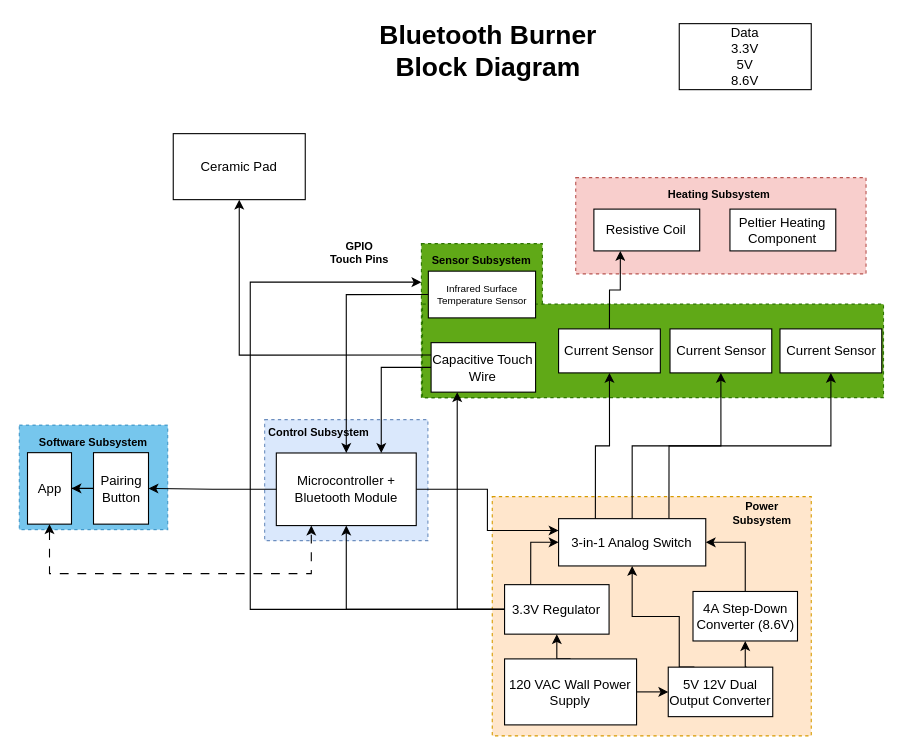
Earlier version of the draw.io diagram Proposal Diagram.drawio (fadnis-shaunak28/ECE-445-Notebooks). Source tidied: cells renumbered, new cells numbered last; positions are measured from the earlier drawing's top-left corner, leaving out a move shared by most shapes. Both pictures are drawn from the tidied source at 110%, with x=0, y=0 at pixel (19, 23).
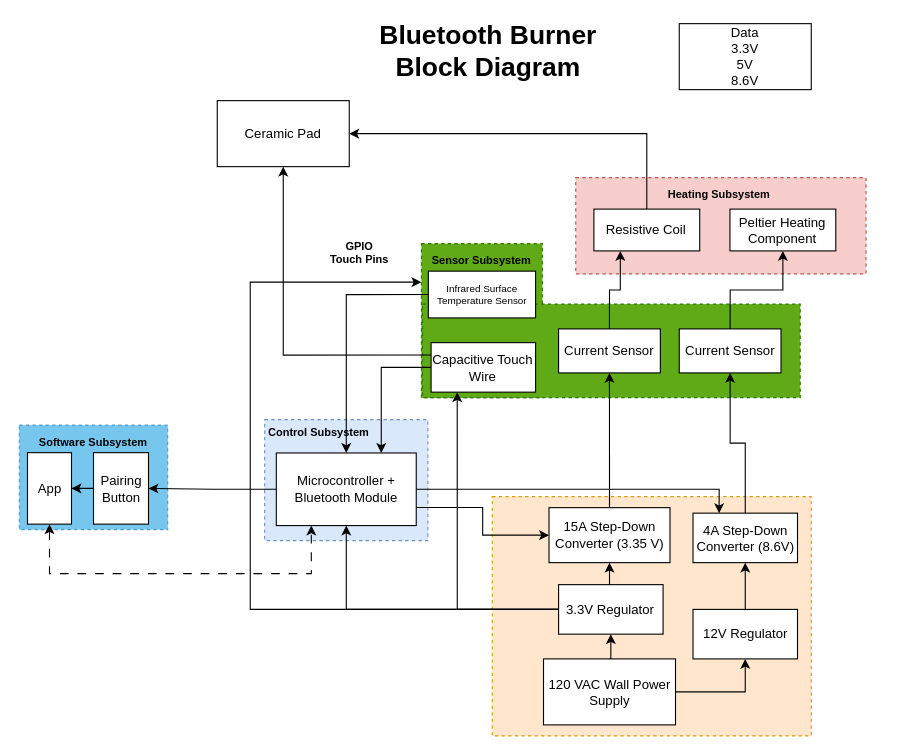
The same diagram, later.

The change refers to these unchanged cells:
```xml
<mxCell id="8" value="Microcontroller + Bluetooth Module" style="rounded=0;whiteSpace=wrap;html=1;" parent="6" vertex="1">
  <mxGeometry x="10.6" y="30.3" width="127.2" height="66" as="geometry" />
</mxCell>
<mxCell id="43" value="Current Sensor" style="rounded=0;whiteSpace=wrap;html=1;" parent="1" vertex="1">
  <mxGeometry x="490.3" y="277.5" width="92.5" height="40" as="geometry" />
</mxCell>
<mxCell id="51" value="Peltier Heating Component" style="rounded=0;whiteSpace=wrap;html=1;" parent="1" vertex="1">
  <mxGeometry x="646.1" y="168.6" width="96.2" height="38" as="geometry" />
</mxCell>
<mxCell id="53" value="Resistive Coil" style="rounded=0;whiteSpace=wrap;html=1;" parent="1" vertex="1">
  <mxGeometry x="522.4" y="168.6" width="96.2" height="38" as="geometry" />
</mxCell>
```

Change to the diagram source:
```diff
@@
     <mxCell id="4" style="rounded=0;whiteSpace=wrap;html=1;fillColor=#60a917;strokeColor=#2D7600;fontColor=#ffffff;dashed=1;" parent="1" vertex="1">
-      <mxGeometry x="366.6" y="255" width="419.1" height="85" as="geometry" />
+      <mxGeometry x="366.6" y="255" width="343.4" height="85" as="geometry" />
     </mxCell>
@@
     <mxCell id="11" value="Ceramic Pad" style="rounded=0;whiteSpace=wrap;html=1;" parent="1" vertex="1">
-      <mxGeometry x="140" y="100" width="120" height="60" as="geometry" />
+      <mxGeometry x="180" y="70" width="120" height="60" as="geometry" />
     </mxCell>
@@
-    <mxCell id="14" style="edgeStyle=orthogonalEdgeStyle;rounded=0;jettySize=auto;html=1;exitX=0.25;exitY=0;exitDx=0;exitDy=0;entryX=0.5;entryY=1;entryDx=0;entryDy=0;" parent="1" edge="1" source="49" target="43">
-      <mxGeometry relative="1" as="geometry" />
-    </mxCell>
-    <mxCell id="15" style="edgeStyle=orthogonalEdgeStyle;rounded=0;jettySize=auto;html=1;exitX=0.5;exitY=0;exitDx=0;exitDy=0;entryX=0.5;entryY=1;entryDx=0;entryDy=0;" parent="1" edge="1" source="49" target="41">
-      <mxGeometry relative="1" as="geometry" />
-    </mxCell>
@@
-    <mxCell id="27" style="edgeStyle=orthogonalEdgeStyle;rounded=0;jettySize=auto;html=1;exitX=0.75;exitY=0;exitDx=0;exitDy=0;entryX=0.5;entryY=1;entryDx=0;entryDy=0;" parent="1" edge="1" source="49" target="40">
-      <mxGeometry relative="1" as="geometry" />
-    </mxCell>
@@
-    <mxCell id="29" style="edgeStyle=orthogonalEdgeStyle;rounded=0;jettySize=auto;html=1;exitX=1;exitY=0.5;exitDx=0;exitDy=0;entryX=0;entryY=0.5;entryDx=0;entryDy=0;" parent="1" edge="1" source="30" target="33">
-      <mxGeometry relative="1" as="geometry" />
-    </mxCell>
+    <mxCell id="55" style="edgeStyle=orthogonalEdgeStyle;rounded=0;jettySize=auto;html=1;exitX=1;exitY=0.5;exitDx=0;exitDy=0;entryX=0.5;entryY=1;entryDx=0;entryDy=0;" parent="1" edge="1" source="30" target="66">
+      <mxGeometry relative="1" as="geometry" />
+    </mxCell>
     <mxCell id="30" value="120 VAC Wall Power Supply" style="rounded=0;whiteSpace=wrap;html=1;" parent="1" vertex="1">
-      <mxGeometry x="441.2" y="577.5" width="120" height="60" as="geometry" />
+      <mxGeometry x="476.6" y="577.5" width="120" height="60" as="geometry" />
     </mxCell>
-    <mxCell id="31" style="edgeStyle=orthogonalEdgeStyle;rounded=0;jettySize=auto;html=1;exitX=0.75;exitY=0;exitDx=0;exitDy=0;entryX=0.5;entryY=1;entryDx=0;entryDy=0;" parent="1" edge="1" source="33" target="39">
-      <mxGeometry relative="1" as="geometry" />
-    </mxCell>
-    <mxCell id="32" style="edgeStyle=orthogonalEdgeStyle;rounded=0;jettySize=auto;html=1;exitX=0.25;exitY=0;exitDx=0;exitDy=0;entryX=0.5;entryY=1;entryDx=0;entryDy=0;" parent="1" edge="1" source="33" target="49">
-      <mxGeometry relative="1" as="geometry">
-        <Array as="points">
-          <mxPoint x="600" y="585" />
-          <mxPoint x="600" y="539" />
-          <mxPoint x="557" y="539" />
-        </Array>
-      </mxGeometry>
-    </mxCell>
-    <mxCell id="33" value="5V 12V Dual Output Converter" style="rounded=0;whiteSpace=wrap;html=1;" parent="1" vertex="1">
-      <mxGeometry x="590" y="585" width="95" height="45" as="geometry" />
-    </mxCell>
-    <mxCell id="34" value="Power Subsystem" style="text;html=1;strokeColor=none;fillColor=none;align=center;verticalAlign=middle;whiteSpace=wrap;overflow=hidden;fontSize=10;fontStyle=1;" parent="1" vertex="1">
-      <mxGeometry x="646.1" y="430" width="58.8" height="30" as="geometry" />
-    </mxCell>
-    <mxCell id="35" style="edgeStyle=orthogonalEdgeStyle;rounded=0;jettySize=auto;html=1;exitX=0.25;exitY=0;exitDx=0;exitDy=0;entryX=0;entryY=0.5;entryDx=0;entryDy=0;" parent="1" edge="1" source="37" target="49">
-      <mxGeometry relative="1" as="geometry" />
-    </mxCell>
@@
+    <mxCell id="56" style="edgeStyle=orthogonalEdgeStyle;rounded=0;jettySize=auto;html=1;exitX=0.5;exitY=0;exitDx=0;exitDy=0;entryX=0.5;entryY=1;entryDx=0;entryDy=0;" parent="1" edge="1" source="37" target="60">
+      <mxGeometry relative="1" as="geometry" />
+    </mxCell>
     <mxCell id="37" value="3.3V Regulator" style="rounded=0;whiteSpace=wrap;html=1;" parent="1" vertex="1">
-      <mxGeometry x="441.2" y="510" width="95" height="45" as="geometry" />
+      <mxGeometry x="490.3" y="510" width="95" height="45" as="geometry" />
     </mxCell>
-    <mxCell id="38" style="edgeStyle=orthogonalEdgeStyle;rounded=0;jettySize=auto;html=1;exitX=0.5;exitY=0;exitDx=0;exitDy=0;entryX=1;entryY=0.5;entryDx=0;entryDy=0;" parent="1" edge="1" source="39" target="49">
-      <mxGeometry relative="1" as="geometry" />
-    </mxCell>
+    <mxCell id="57" style="edgeStyle=orthogonalEdgeStyle;rounded=0;jettySize=auto;html=1;exitX=0.5;exitY=0;exitDx=0;exitDy=0;entryX=0.5;entryY=1;entryDx=0;entryDy=0;" parent="1" edge="1" source="39" target="63">
+      <mxGeometry relative="1" as="geometry" />
+    </mxCell>
     <mxCell id="39" value="4A Step-Down Converter (8.6V)" style="rounded=0;whiteSpace=wrap;html=1;" parent="1" vertex="1">
-      <mxGeometry x="612.5" y="516.2" width="95" height="45" as="geometry" />
+      <mxGeometry x="612.5" y="445" width="95" height="45" as="geometry" />
     </mxCell>
-    <mxCell id="40" value="Current Sensor" style="rounded=0;whiteSpace=wrap;html=1;" parent="1" vertex="1">
-      <mxGeometry x="691.6" y="277.5" width="92.5" height="40" as="geometry" />
-    </mxCell>
-    <mxCell id="41" value="Current Sensor" style="rounded=0;whiteSpace=wrap;html=1;" parent="1" vertex="1">
-      <mxGeometry x="591.6" y="277.5" width="92.5" height="40" as="geometry" />
-    </mxCell>
@@
-    <mxCell id="49" value="3-in-1 Analog Switch" style="rounded=0;whiteSpace=wrap;html=1;" parent="1" vertex="1">
-      <mxGeometry x="490.3" y="450" width="133.8" height="43" as="geometry" />
-    </mxCell>
-    <mxCell id="50" style="edgeStyle=orthogonalEdgeStyle;rounded=0;jettySize=auto;html=1;exitX=1;exitY=0.5;exitDx=0;exitDy=0;entryX=0;entryY=0.25;entryDx=0;entryDy=0;" parent="1" edge="1" source="8" target="49">
-      <mxGeometry relative="1" as="geometry" />
-    </mxCell>
@@
+    <mxCell id="58" style="edgeStyle=orthogonalEdgeStyle;rounded=0;jettySize=auto;html=1;exitX=0.5;exitY=0;exitDx=0;exitDy=0;entryX=1;entryY=0.5;entryDx=0;entryDy=0;" parent="1" edge="1" source="53" target="11">
+      <mxGeometry relative="1" as="geometry" />
+    </mxCell>
@@
+    <mxCell id="59" style="edgeStyle=orthogonalEdgeStyle;rounded=0;jettySize=auto;html=1;exitX=0.5;exitY=0;exitDx=0;exitDy=0;entryX=0.5;entryY=1;entryDx=0;entryDy=0;" parent="1" edge="1" source="60" target="43">
+      <mxGeometry relative="1" as="geometry" />
+    </mxCell>
+    <mxCell id="60" value="15A Step-Down Converter (3.35 V)" style="rounded=0;whiteSpace=wrap;html=1;" parent="1" vertex="1">
+      <mxGeometry x="481.6" y="440" width="110" height="50" as="geometry" />
+    </mxCell>
+    <mxCell id="61" style="edgeStyle=orthogonalEdgeStyle;rounded=0;jettySize=auto;html=1;exitX=1;exitY=0.75;exitDx=0;exitDy=0;entryX=0;entryY=0.5;entryDx=0;entryDy=0;" parent="1" edge="1" source="8" target="60">
+      <mxGeometry relative="1" as="geometry" />
+    </mxCell>
+    <mxCell id="62" style="edgeStyle=orthogonalEdgeStyle;rounded=0;jettySize=auto;html=1;exitX=0.5;exitY=0;exitDx=0;exitDy=0;entryX=0.5;entryY=1;entryDx=0;entryDy=0;" parent="1" edge="1" source="63" target="51">
+      <mxGeometry relative="1" as="geometry" />
+    </mxCell>
+    <mxCell id="63" value="Current Sensor" style="rounded=0;whiteSpace=wrap;html=1;" parent="1" vertex="1">
+      <mxGeometry x="600" y="277.5" width="92.5" height="40" as="geometry" />
+    </mxCell>
+    <mxCell id="64" style="edgeStyle=orthogonalEdgeStyle;rounded=0;jettySize=auto;html=1;exitX=1;exitY=0.5;exitDx=0;exitDy=0;entryX=0.25;entryY=0;entryDx=0;entryDy=0;" parent="1" edge="1" source="8" target="39">
+      <mxGeometry relative="1" as="geometry" />
+    </mxCell>
+    <mxCell id="65" style="edgeStyle=orthogonalEdgeStyle;rounded=0;jettySize=auto;html=1;exitX=0.5;exitY=0;exitDx=0;exitDy=0;entryX=0.5;entryY=1;entryDx=0;entryDy=0;" parent="1" edge="1" source="66" target="39">
+      <mxGeometry relative="1" as="geometry" />
+    </mxCell>
+    <mxCell id="66" value="12V Regulator" style="rounded=0;whiteSpace=wrap;html=1;" parent="1" vertex="1">
+      <mxGeometry x="612.5" y="532.5" width="95" height="45" as="geometry" />
+    </mxCell>
```
